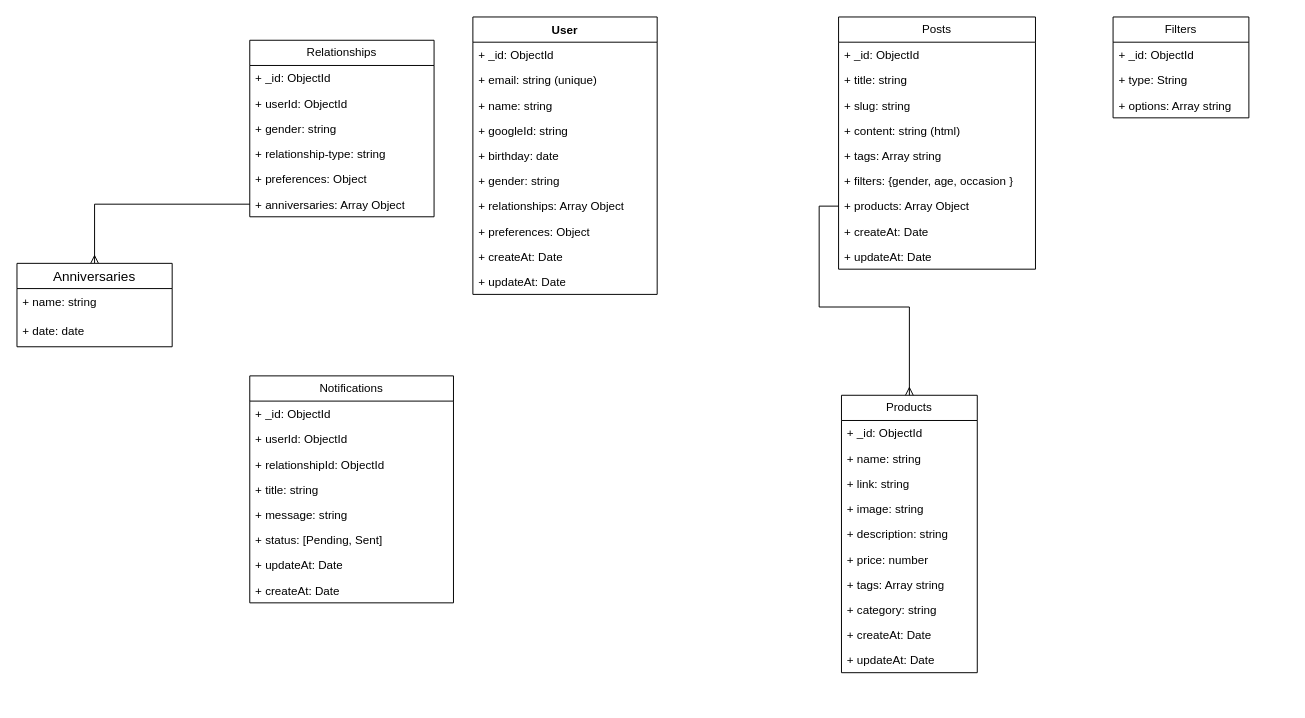
The draw.io diagram Biểu đồ gợi ý tặng quà.drawio in Baodt2911/goiytangqua, before the edit. Source tidied: cells renumbered, new cells numbered last; positions are measured from the earlier drawing's top-left corner, leaving out a move shared by most shapes. Both pictures are drawn from the tidied source at 97%, with x=0, y=0 at pixel (16, 16).
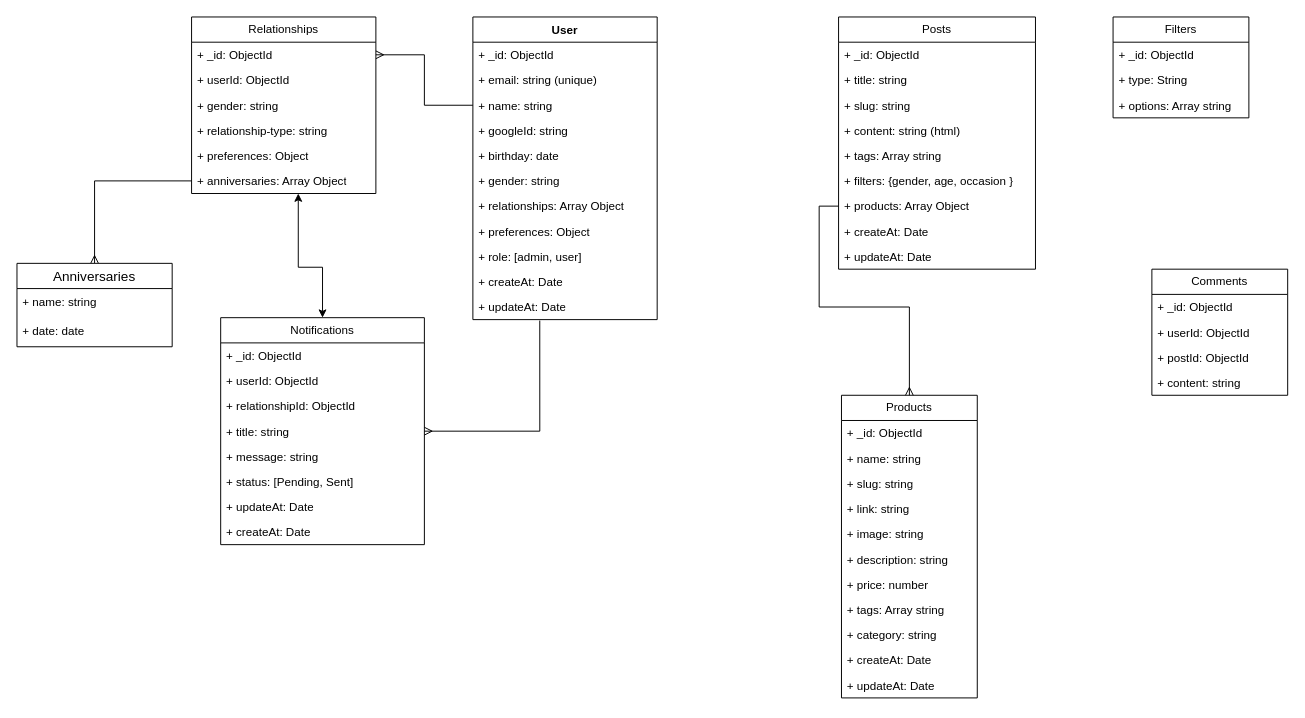
The same diagram, later.

Commit message:
update relation and add comments

The change refers to these unchanged cells:
```xml
<mxCell id="5" value="+ name: string&amp;nbsp;" style="text;strokeColor=none;fillColor=none;align=left;verticalAlign=top;spacingLeft=4;spacingRight=4;overflow=hidden;points=[[0,0.5],[1,0.5]];portConstraint=eastwest;whiteSpace=wrap;html=1;" parent="2" vertex="1">
  <mxGeometry y="78" width="190" height="26" as="geometry" />
</mxCell>
<mxCell id="40" value="+ _id: ObjectId" style="text;strokeColor=none;fillColor=none;align=left;verticalAlign=top;spacingLeft=4;spacingRight=4;overflow=hidden;points=[[0,0.5],[1,0.5]];portConstraint=eastwest;whiteSpace=wrap;html=1;" parent="39" vertex="1">
  <mxGeometry y="26" width="190" height="26" as="geometry" />
</mxCell>
<mxCell id="45" value="+ anniversaries: Array Object" style="text;strokeColor=none;fillColor=none;align=left;verticalAlign=top;spacingLeft=4;spacingRight=4;overflow=hidden;points=[[0,0.5],[1,0.5]];portConstraint=eastwest;whiteSpace=wrap;html=1;" parent="39" vertex="1">
  <mxGeometry y="156" width="190" height="26" as="geometry" />
</mxCell>
```

The edit, as a diff of the source:
```diff
@@
     <mxCell id="2" value="User" style="swimlane;fontStyle=1;align=center;verticalAlign=top;horizontal=1;startSize=26;whiteSpace=wrap;html=1;" parent="1" vertex="1">
-      <mxGeometry x="470" width="190" height="286" as="geometry" />
+      <mxGeometry x="470" width="190" height="312" as="geometry" />
     </mxCell>
@@
+    <mxCell id="59" value="+ role: [admin, user]" style="text;strokeColor=none;fillColor=none;align=left;verticalAlign=top;spacingLeft=4;spacingRight=4;overflow=hidden;whiteSpace=wrap;html=1;" parent="2" vertex="1">
+      <mxGeometry y="234" width="190" height="26" as="geometry" />
+    </mxCell>
     <mxCell id="11" value="+ createAt: Date" style="text;strokeColor=none;fillColor=none;align=left;verticalAlign=top;spacingLeft=4;spacingRight=4;overflow=hidden;whiteSpace=wrap;html=1;" parent="2" vertex="1">
-      <mxGeometry y="234" width="190" height="26" as="geometry" />
+      <mxGeometry y="260" width="190" height="26" as="geometry" />
     </mxCell>
     <mxCell id="12" value="+ updateAt: Date" style="text;strokeColor=none;fillColor=none;align=left;verticalAlign=top;spacingLeft=4;spacingRight=4;overflow=hidden;points=[[0,0.5],[1,0.5]];portConstraint=eastwest;whiteSpace=wrap;html=1;" parent="2" vertex="1">
-      <mxGeometry y="260" width="190" height="26" as="geometry" />
+      <mxGeometry y="286" width="190" height="26" as="geometry" />
     </mxCell>
@@
     <mxCell id="24" value="Products" style="swimlane;fontStyle=0;horizontal=1;startSize=26;fillColor=none;whiteSpace=wrap;html=1;" parent="1" vertex="1">
-      <mxGeometry x="850" y="390" width="140" height="286" as="geometry" />
+      <mxGeometry x="850" y="390" width="140" height="312" as="geometry" />
     </mxCell>
@@
+    <mxCell id="60" value="+ slug: string" style="text;strokeColor=none;fillColor=none;align=left;verticalAlign=top;spacingLeft=4;spacingRight=4;overflow=hidden;whiteSpace=wrap;html=1;" parent="24" vertex="1">
+      <mxGeometry y="78" width="140" height="26" as="geometry" />
+    </mxCell>
     <mxCell id="27" value="+ link: string" style="text;strokeColor=none;fillColor=none;align=left;verticalAlign=top;spacingLeft=4;spacingRight=4;overflow=hidden;whiteSpace=wrap;html=1;" parent="24" vertex="1">
-      <mxGeometry y="78" width="140" height="26" as="geometry" />
+      <mxGeometry y="104" width="140" height="26" as="geometry" />
     </mxCell>
     <mxCell id="28" value="+ image: string" style="text;strokeColor=none;fillColor=none;align=left;verticalAlign=top;spacingLeft=4;spacingRight=4;overflow=hidden;whiteSpace=wrap;html=1;" parent="24" vertex="1">
-      <mxGeometry y="104" width="140" height="26" as="geometry" />
+      <mxGeometry y="130" width="140" height="26" as="geometry" />
     </mxCell>
     <mxCell id="29" value="+ description: string" style="text;strokeColor=none;fillColor=none;align=left;verticalAlign=top;spacingLeft=4;spacingRight=4;overflow=hidden;whiteSpace=wrap;html=1;" parent="24" vertex="1">
-      <mxGeometry y="130" width="140" height="26" as="geometry" />
+      <mxGeometry y="156" width="140" height="26" as="geometry" />
     </mxCell>
     <mxCell id="30" value="+ price: number" style="text;strokeColor=none;fillColor=none;align=left;verticalAlign=top;spacingLeft=4;spacingRight=4;overflow=hidden;whiteSpace=wrap;html=1;" parent="24" vertex="1">
-      <mxGeometry y="156" width="140" height="26" as="geometry" />
+      <mxGeometry y="182" width="140" height="26" as="geometry" />
     </mxCell>
     <mxCell id="31" value="+ tags: Array string" style="text;strokeColor=none;fillColor=none;align=left;verticalAlign=top;spacingLeft=4;spacingRight=4;overflow=hidden;whiteSpace=wrap;html=1;" parent="24" vertex="1">
-      <mxGeometry y="182" width="140" height="26" as="geometry" />
+      <mxGeometry y="208" width="140" height="26" as="geometry" />
     </mxCell>
     <mxCell id="32" value="+ category: string" style="text;strokeColor=none;fillColor=none;align=left;verticalAlign=top;spacingLeft=4;spacingRight=4;overflow=hidden;whiteSpace=wrap;html=1;" parent="24" vertex="1">
-      <mxGeometry y="208" width="140" height="26" as="geometry" />
+      <mxGeometry y="234" width="140" height="26" as="geometry" />
     </mxCell>
     <mxCell id="33" value="+ createAt: Date" style="text;strokeColor=none;fillColor=none;align=left;verticalAlign=top;spacingLeft=4;spacingRight=4;overflow=hidden;whiteSpace=wrap;html=1;" parent="24" vertex="1">
-      <mxGeometry y="234" width="140" height="26" as="geometry" />
+      <mxGeometry y="260" width="140" height="26" as="geometry" />
     </mxCell>
     <mxCell id="34" value="+ updateAt: Date" style="text;strokeColor=none;fillColor=none;align=left;verticalAlign=top;spacingLeft=4;spacingRight=4;overflow=hidden;whiteSpace=wrap;html=1;" parent="24" vertex="1">
-      <mxGeometry y="260" width="140" height="26" as="geometry" />
+      <mxGeometry y="286" width="140" height="26" as="geometry" />
     </mxCell>
@@
     <mxCell id="39" value="Relationships" style="swimlane;fontStyle=0;horizontal=1;startSize=26;fillColor=none;whiteSpace=wrap;html=1;" parent="1" vertex="1">
-      <mxGeometry x="240" y="24" width="190" height="182" as="geometry" />
+      <mxGeometry x="180" width="190" height="182" as="geometry" />
     </mxCell>
@@
+    <mxCell id="61" style="edgeStyle=orthogonalEdgeStyle;rounded=0;jettySize=auto;html=1;startArrow=classic;startFill=1;" parent="1" edge="1" source="50" target="45">
+      <mxGeometry relative="1" as="geometry">
+        <Array as="points">
+          <mxPoint x="315" y="258" />
+          <mxPoint x="290" y="258" />
+        </Array>
+      </mxGeometry>
+    </mxCell>
+    <mxCell id="62" style="edgeStyle=orthogonalEdgeStyle;rounded=0;jettySize=auto;html=1;entryX=0.363;entryY=1.038;entryDx=0;entryDy=0;entryPerimeter=0;startArrow=ERmany;startFill=0;endArrow=none;endFill=0;" parent="1" edge="1" source="50" target="12">
+      <mxGeometry relative="1" as="geometry" />
+    </mxCell>
     <mxCell id="50" value="Notifications" style="swimlane;fontStyle=0;horizontal=1;startSize=26;fillColor=none;whiteSpace=wrap;html=1;" parent="1" vertex="1">
-      <mxGeometry x="240" y="370" width="210" height="234" as="geometry" />
+      <mxGeometry x="210" y="310" width="210" height="234" as="geometry" />
     </mxCell>
@@
+    <mxCell id="63" style="edgeStyle=orthogonalEdgeStyle;rounded=0;jettySize=auto;html=1;startArrow=ERmany;startFill=0;endArrow=none;endFill=0;" parent="1" edge="1" source="40" target="5">
+      <mxGeometry relative="1" as="geometry" />
+    </mxCell>
+    <mxCell id="64" value="Comments" style="swimlane;fontStyle=0;horizontal=1;startSize=26;fillColor=none;whiteSpace=wrap;html=1;" parent="1" vertex="1">
+      <mxGeometry x="1170" y="260" width="140" height="130" as="geometry" />
+    </mxCell>
+    <mxCell id="65" value="+ _id: ObjectId" style="text;strokeColor=none;fillColor=none;align=left;verticalAlign=top;spacingLeft=4;spacingRight=4;overflow=hidden;whiteSpace=wrap;html=1;" parent="64" vertex="1">
+      <mxGeometry y="26" width="140" height="26" as="geometry" />
+    </mxCell>
+    <mxCell id="66" value="+ userId: ObjectId" style="text;strokeColor=none;fillColor=none;align=left;verticalAlign=top;spacingLeft=4;spacingRight=4;overflow=hidden;whiteSpace=wrap;html=1;" parent="64" vertex="1">
+      <mxGeometry y="52" width="140" height="26" as="geometry" />
+    </mxCell>
+    <mxCell id="67" value="+ postId: ObjectId" style="text;strokeColor=none;fillColor=none;align=left;verticalAlign=top;spacingLeft=4;spacingRight=4;overflow=hidden;whiteSpace=wrap;html=1;" parent="64" vertex="1">
+      <mxGeometry y="78" width="140" height="26" as="geometry" />
+    </mxCell>
+    <mxCell id="68" value="+ content: string" style="text;strokeColor=none;fillColor=none;align=left;verticalAlign=top;spacingLeft=4;spacingRight=4;overflow=hidden;whiteSpace=wrap;html=1;" parent="64" vertex="1">
+      <mxGeometry y="104" width="140" height="26" as="geometry" />
+    </mxCell>
```
